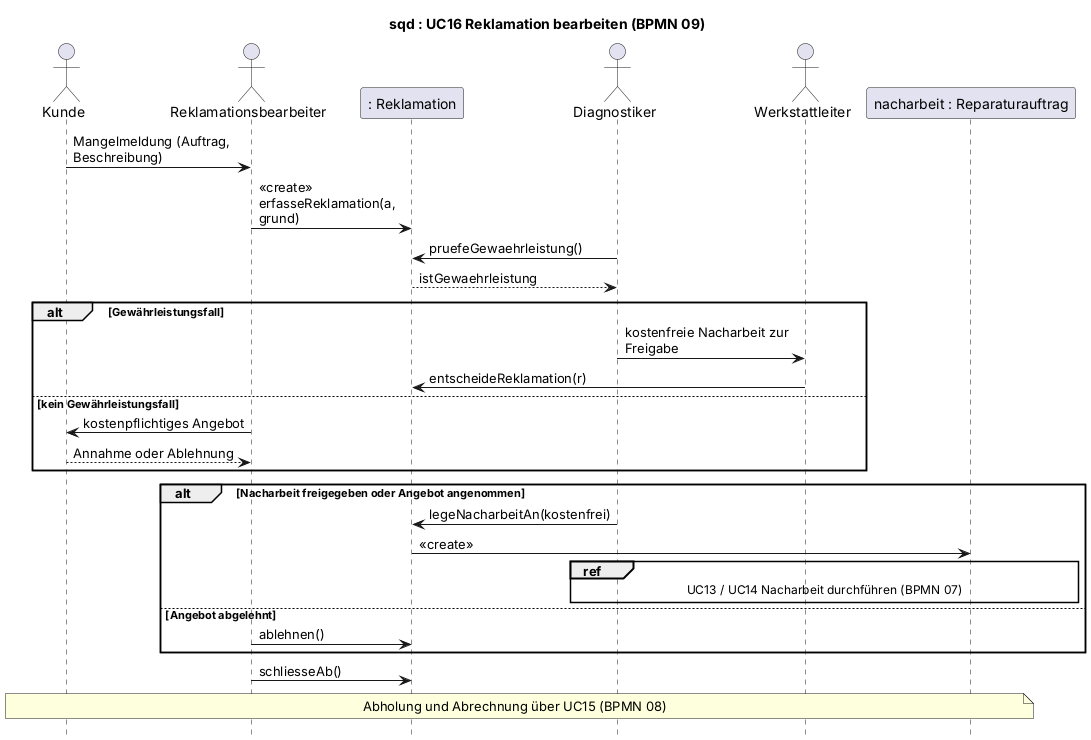
Above: 2_uml/entwurf-plantuml/sequenz-05-reklamation.png in jakobschwan123-cmd/casestudy-semester-3 (PlantUML), before the change.
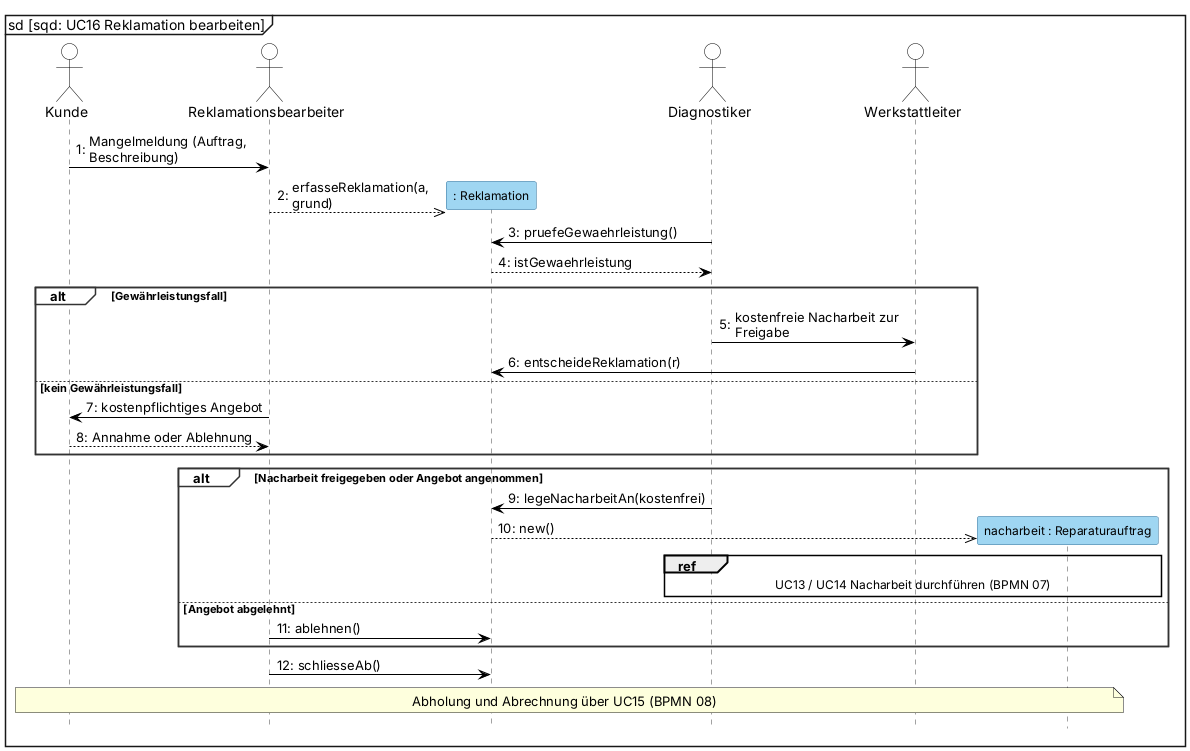
After the commit.

The edit, as a diff of the source:
```diff
@@ -1,9 +1,24 @@
 @startuml
-title sqd : UC16 Reklamation bearbeiten (BPMN 09)
+mainframe sd [sqd: UC16 Reklamation bearbeiten]
 skinparam defaultFontName Arial
 skinparam sequenceMessageAlign left
 skinparam maxMessageSize 170
+skinparam shadowing false
+skinparam sequence {
+  ParticipantBackgroundColor #9FD6F2
+  ParticipantBorderColor #2E6E99
+  ParticipantFontSize 12
+  ActorBackgroundColor white
+  ActorBorderColor black
+  LifeLineBorderColor #444444
+  LifeLineBackgroundColor #9FD6F2
+  GroupBorderColor #333333
+  GroupBackgroundColor white
+  GroupHeaderFontStyle bold
+  ArrowColor black
+}
 hide footbox
+autonumber "0:"
 
 actor Kunde
 actor Reklamationsbearbeiter as SM
@@ -13,7 +28,8 @@
 participant "nacharbeit : Reparaturauftrag" as NA
 
 Kunde -> SM : Mangelmeldung (Auftrag, Beschreibung)
-SM -> REK : <<create>> erfasseReklamation(a, grund)
+create REK
+SM -->> REK : erfasseReklamation(a, grund)
 Diagnostiker -> REK : pruefeGewaehrleistung()
 REK --> Diagnostiker : istGewaehrleistung
 alt Gewährleistungsfall
@@ -25,7 +41,8 @@
 end
 alt Nacharbeit freigegeben oder Angebot angenommen
     Diagnostiker -> REK : legeNacharbeitAn(kostenfrei)
-    REK -> NA : <<create>>
+    create NA
+    REK -->> NA : new()
     ref over Diagnostiker, NA : UC13 / UC14 Nacharbeit durchführen (BPMN 07)
 else Angebot abgelehnt
     SM -> REK : ablehnen()
```
